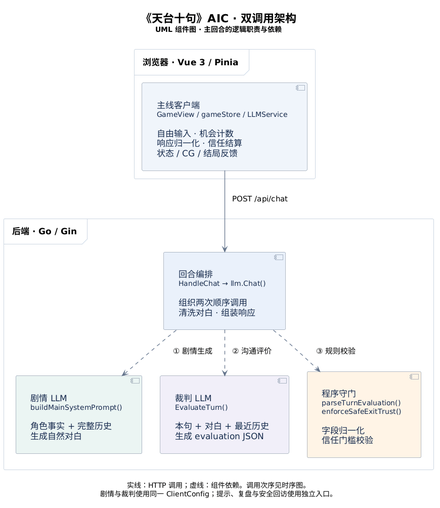
The PlantUML diagram docs/architecture/aic_dual_call_component.png in FuSheng-cs/tian_tai_shi_ju, before a commit.
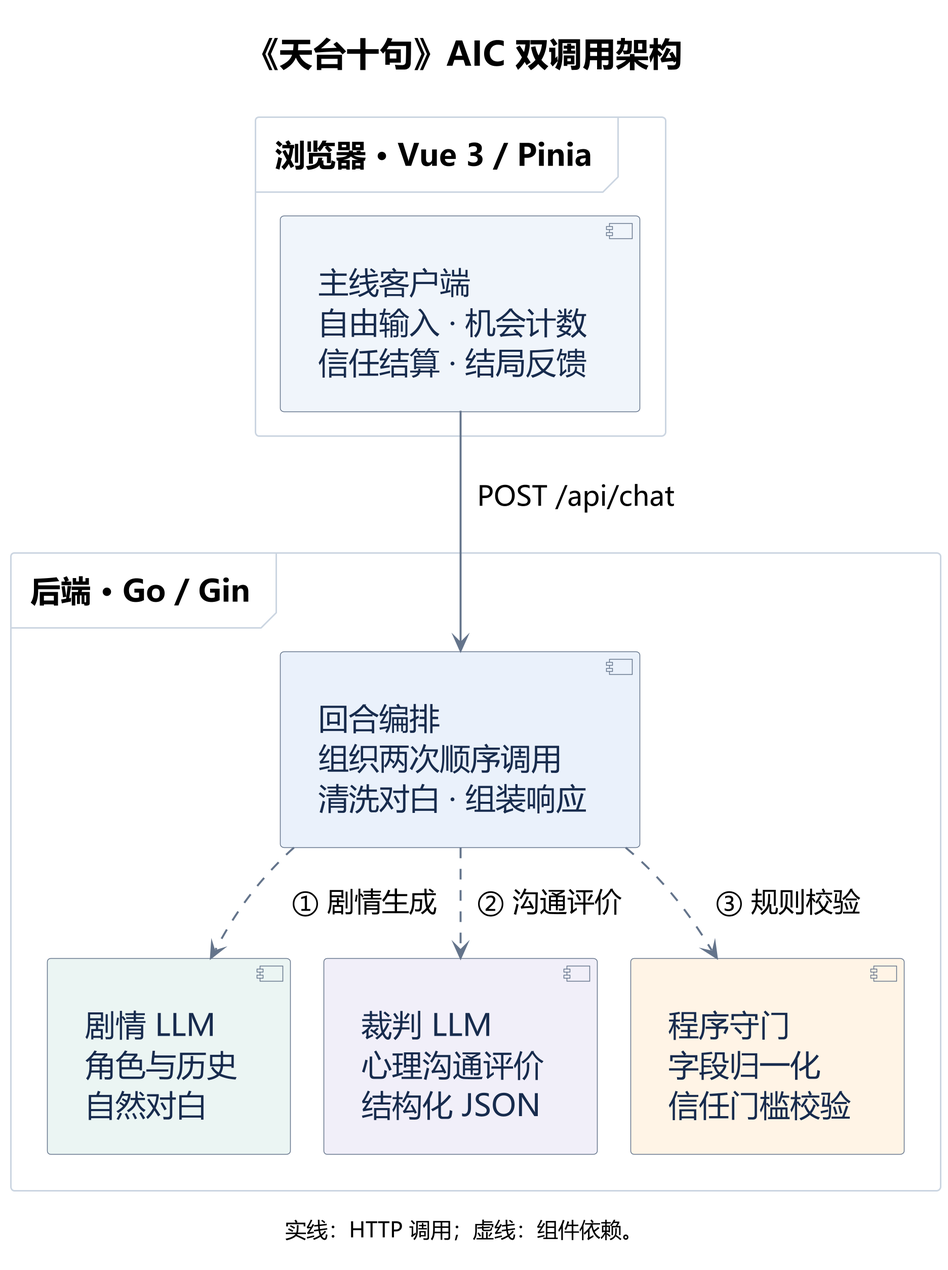
After the commit.

What changed in the source:
```diff
@@ -1,41 +1,42 @@
-@startuml
-title 《天台十句》AIC · 双调用架构\n<size:14>UML 组件图 · 主回合的逻辑职责与依赖</size>
+@startuml AIC_Dual_Call_Component
+scale 3
+title 《天台十句》AIC 双调用架构
 
 top to bottom direction
 skinparam backgroundColor #FFFFFF
 skinparam shadowing false
 skinparam defaultFontName "Microsoft YaHei"
-skinparam defaultFontSize 17
+skinparam defaultFontSize 20
 skinparam titleFontSize 22
 skinparam CaptionFontSize 14
 skinparam ArrowColor #64748B
 skinparam ArrowThickness 1.3
-skinparam ArrowFontSize 15
+skinparam ArrowFontSize 18
 skinparam componentStyle uml2
 skinparam componentBorderColor #64748B
 skinparam componentFontColor #172B4D
 skinparam componentBackgroundColor #F8FAFC
-skinparam componentFontSize 17
+skinparam componentFontSize 20
 skinparam packageStyle frame
 skinparam packageBorderColor #CBD5E1
 skinparam packageFontColor #334155
 skinparam packageFontSize 16
 skinparam packageBackgroundColor #FFFFFF
-skinparam padding 14
-skinparam nodesep 36
-skinparam ranksep 36
+skinparam padding 10
+skinparam nodesep 22
+skinparam ranksep 24
 
 package "浏览器 · Vue 3 / Pinia" {
-  component "主线客户端\n<size:14>GameView / gameStore / LLMService</size>\n\n自由输入 · 机会计数\n响应归一化 · 信任结算\n状态 / CG / 结局反馈" as Client #F0F5FB
+  component "主线客户端\n自由输入 · 机会计数\n信任结算 · 结局反馈" as Client #F0F5FB
 }
 
 package "后端 · Go / Gin" {
-  component "回合编排\n<size:14>HandleChat → llm.Chat()</size>\n\n组织两次顺序调用\n清洗对白 · 组装响应" as Chat #EAF1FB
+  component "回合编排\n组织两次顺序调用\n清洗对白 · 组装响应" as Chat #EAF1FB
 
   together {
-    component "剧情 LLM\n<size:14>buildMainSystemPrompt()</size>\n\n角色事实 + 完整历史\n生成自然对白" as Story #EBF5F3
-    component "裁判 LLM\n<size:14>EvaluateTurn()</size>\n\n本句 + 对白 + 最近历史\n生成 evaluation JSON" as Judge #F1EFF9
-    component "程序守门\n<size:14>parseTurnEvaluation()</size>\n<size:14>enforceSafeExitTrust()</size>\n\n字段归一化\n信任门槛校验" as Gate #FFF4E6
+    component "剧情 LLM\n角色与历史\n自然对白" as Story #EBF5F3
+    component "裁判 LLM\n心理沟通评价\n结构化 JSON" as Judge #F1EFF9
+    component "程序守门\n字段归一化\n信任门槛校验" as Gate #FFF4E6
   }
 
   Story -[hidden]right-> Judge
@@ -47,5 +48,5 @@
 Chat ..> Judge : ② 沟通评价
 Chat ..> Gate : ③ 规则校验
 
-caption 实线：HTTP 调用；虚线：组件依赖。调用次序见时序图。\n剧情与裁判使用同一 ClientConfig；提示、复盘与安全回访使用独立入口。
+caption 实线：HTTP 调用；虚线：组件依赖。
 @enduml
```
